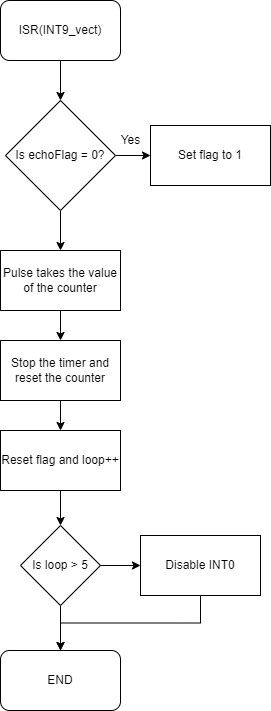
unaxlasa/Water-Tank-Project keeps this draw.io diagram as img/ISR.drawio.png. Above is the earlier version. Source tidied: cells renumbered, new cells last; positions are measured from the earlier drawing's top-left corner, leaving out a move shared by most shapes.
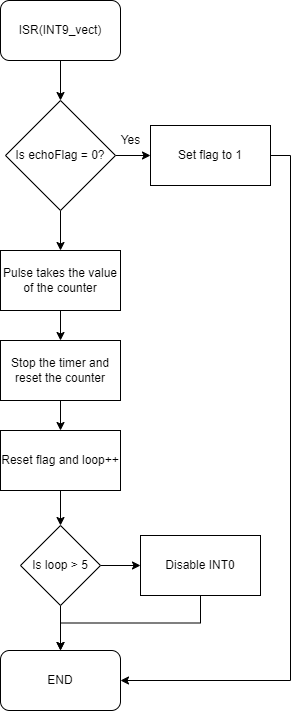
After the change.

The edit, as a diff of the source:
```diff
@@ -17,6 +17,9 @@
     <mxCell id="6" value="Is echoFlag = 0?" style="rhombus;whiteSpace=wrap;html=1;" parent="1" vertex="1">
       <mxGeometry x="5" y="100" width="110" height="110" as="geometry" />
     </mxCell>
+    <mxCell id="21" style="edgeStyle=orthogonalEdgeStyle;rounded=0;jettySize=auto;html=1;exitX=1;exitY=0.5;exitDx=0;exitDy=0;entryX=1;entryY=0.5;entryDx=0;entryDy=0;" parent="1" edge="1" source="7" target="20">
+      <mxGeometry relative="1" as="geometry" />
+    </mxCell>
     <mxCell id="7" value="Set flag to 1" style="rounded=0;whiteSpace=wrap;html=1;" parent="1" vertex="1">
       <mxGeometry x="150" y="125" width="120" height="60" as="geometry" />
     </mxCell>
```
